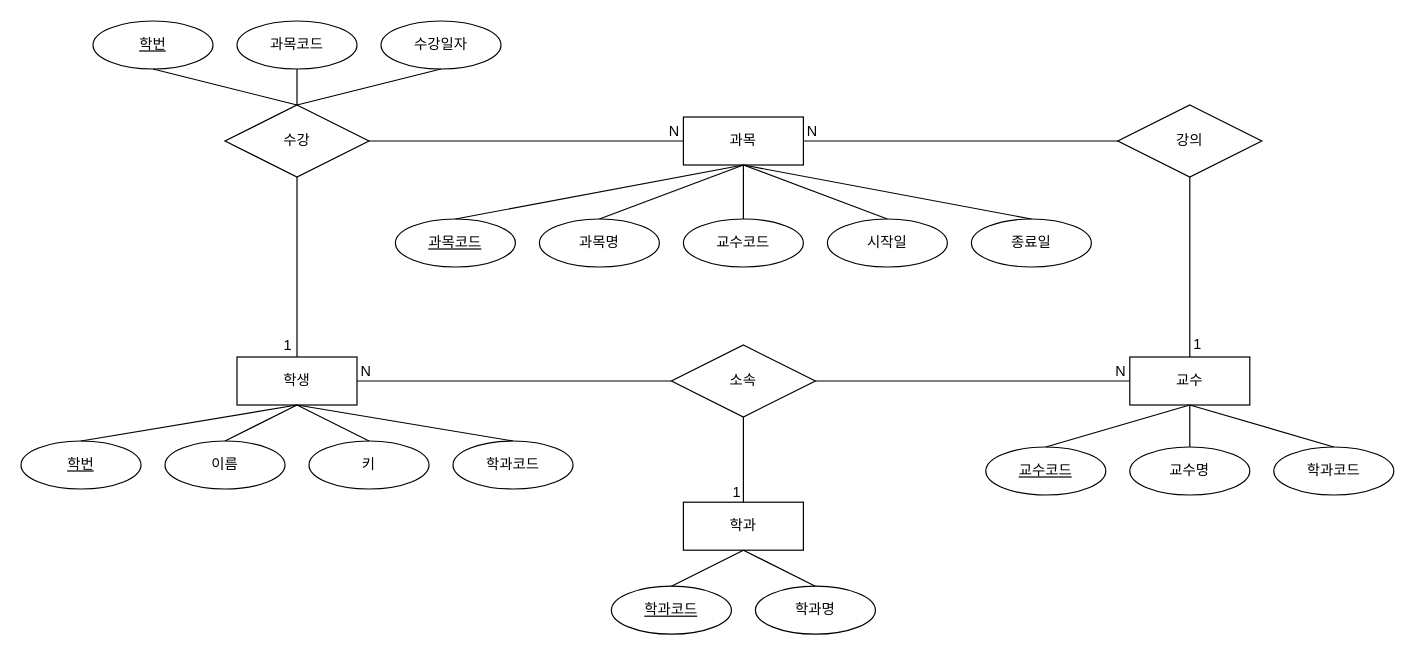
The draw.io diagram page "Page-3" (3 of 4) of erd/hanbit.drawio in juyongs-github/database, before the edit. Source tidied: cells renumbered, new cells numbered last; positions are measured from the earlier drawing's top-left corner, leaving out a move shared by most shapes. Both pictures are drawn from the tidied source at 120%, with x=0, y=0 at pixel (20, 20).
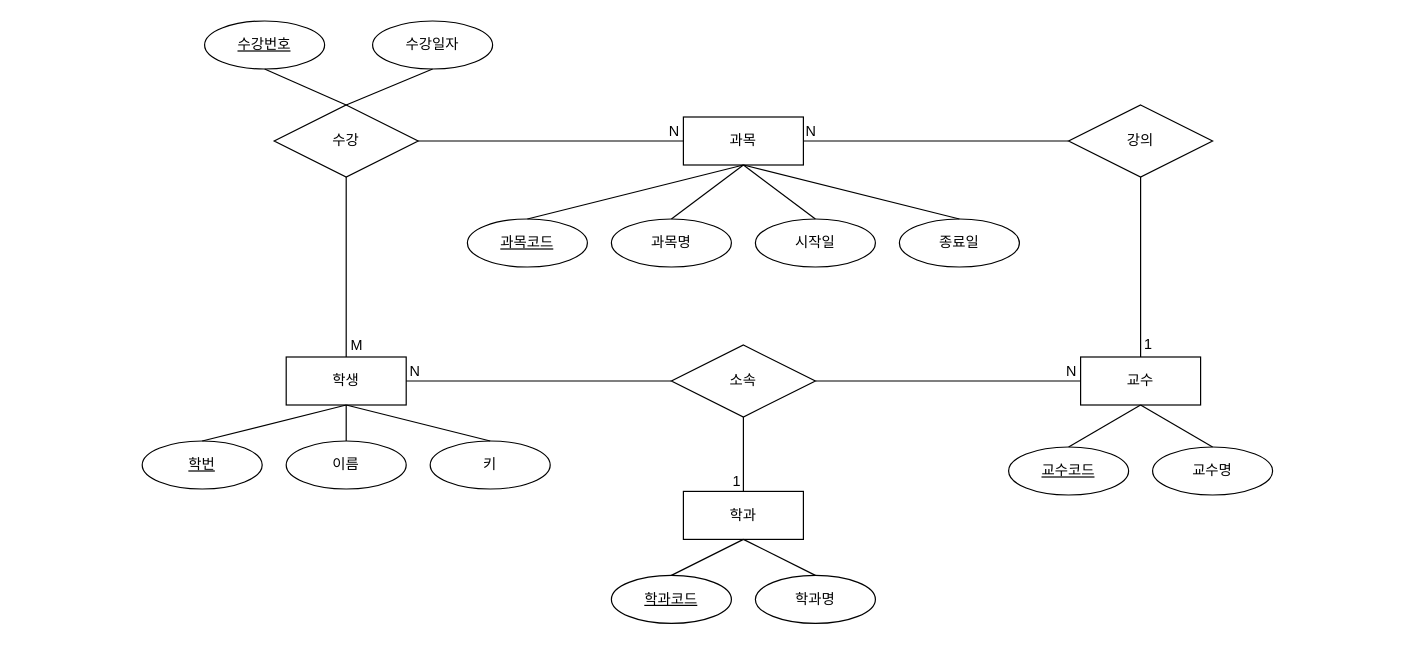
The same diagram, later.

Unchanged cells that the change refers to:
```xml
<mxCell id="5" value="과목" style="whiteSpace=wrap;html=1;align=center;" parent="1" vertex="1">
  <mxGeometry x="552" y="80" width="100" height="40" as="geometry" />
</mxCell>
<mxCell id="42" style="endArrow=none;html=1;rounded=0;entryX=0;entryY=0.5;entryDx=0;entryDy=0;exitX=1;exitY=0.5;exitDx=0;exitDy=0;" parent="1" edge="1" source="2" target="54">
  <mxGeometry relative="1" as="geometry" />
</mxCell>
<mxCell id="44" style="endArrow=none;html=1;rounded=0;entryX=1;entryY=0.5;entryDx=0;entryDy=0;exitX=0;exitY=0.5;exitDx=0;exitDy=0;" parent="1" edge="1" source="4" target="54">
  <mxGeometry relative="1" as="geometry" />
</mxCell>
<mxCell id="48" style="endArrow=none;html=1;rounded=0;entryX=0;entryY=0.5;entryDx=0;entryDy=0;exitX=1;exitY=0.5;exitDx=0;exitDy=0;" parent="1" edge="1" source="5" target="35">
  <mxGeometry relative="1" as="geometry" />
</mxCell>
<mxCell id="50" style="endArrow=none;html=1;rounded=0;entryX=0;entryY=0.5;entryDx=0;entryDy=0;exitX=1;exitY=0.5;exitDx=0;exitDy=0;" parent="1" edge="1" source="6" target="5">
  <mxGeometry relative="1" as="geometry" />
</mxCell>
```

The edit, as a diff of the source:
```diff
@@
     <mxCell id="2" value="학생" style="whiteSpace=wrap;html=1;align=center;" parent="1" vertex="1">
-      <mxGeometry x="180" y="280" width="100" height="40" as="geometry" />
+      <mxGeometry x="221" y="280" width="100" height="40" as="geometry" />
     </mxCell>
     <mxCell id="3" value="학과" style="whiteSpace=wrap;html=1;align=center;" parent="1" vertex="1">
-      <mxGeometry x="552" y="401" width="100" height="40" as="geometry" />
+      <mxGeometry x="552" y="392" width="100" height="40" as="geometry" />
     </mxCell>
     <mxCell id="4" value="교수" style="whiteSpace=wrap;html=1;align=center;" parent="1" vertex="1">
-      <mxGeometry x="924" y="280" width="100" height="40" as="geometry" />
+      <mxGeometry x="883" y="280" width="100" height="40" as="geometry" />
     </mxCell>
@@
     <mxCell id="6" value="수강" style="shape=rhombus;perimeter=rhombusPerimeter;whiteSpace=wrap;html=1;align=center;" parent="1" vertex="1">
-      <mxGeometry x="170" y="70" width="120" height="60" as="geometry" />
+      <mxGeometry x="211" y="70" width="120" height="60" as="geometry" />
     </mxCell>
     <mxCell id="7" value="이름" style="ellipse;whiteSpace=wrap;html=1;align=center;" parent="1" vertex="1">
-      <mxGeometry x="120" y="350" width="100" height="40" as="geometry" />
+      <mxGeometry x="221" y="350" width="100" height="40" as="geometry" />
     </mxCell>
     <mxCell id="8" value="학번" style="ellipse;whiteSpace=wrap;html=1;align=center;fontStyle=4;" parent="1" vertex="1">
-      <mxGeometry y="350" width="100" height="40" as="geometry" />
+      <mxGeometry x="101" y="350" width="100" height="40" as="geometry" />
     </mxCell>
     <mxCell id="9" value="키" style="ellipse;whiteSpace=wrap;html=1;align=center;" parent="1" vertex="1">
-      <mxGeometry x="240" y="350" width="100" height="40" as="geometry" />
+      <mxGeometry x="341" y="350" width="100" height="40" as="geometry" />
     </mxCell>
-    <mxCell id="10" value="학과코드" style="ellipse;whiteSpace=wrap;html=1;align=center;" parent="1" vertex="1">
-      <mxGeometry x="360" y="350" width="100" height="40" as="geometry" />
-    </mxCell>
@@
-    <mxCell id="14" style="endArrow=none;html=1;rounded=0;entryX=0.5;entryY=1;entryDx=0;entryDy=0;exitX=0.5;exitY=0;exitDx=0;exitDy=0;" parent="1" edge="1" source="10" target="2">
-      <mxGeometry relative="1" as="geometry" />
-    </mxCell>
     <mxCell id="15" value="학과명" style="ellipse;whiteSpace=wrap;html=1;align=center;" parent="1" vertex="1">
-      <mxGeometry x="612" y="471" width="100" height="40" as="geometry" />
+      <mxGeometry x="612" y="462" width="100" height="40" as="geometry" />
     </mxCell>
     <mxCell id="16" value="학과코드" style="ellipse;whiteSpace=wrap;html=1;align=center;fontStyle=4;" parent="1" vertex="1">
-      <mxGeometry x="492" y="471" width="100" height="40" as="geometry" />
+      <mxGeometry x="492" y="462" width="100" height="40" as="geometry" />
     </mxCell>
@@
     <mxCell id="19" value="교수명" style="ellipse;whiteSpace=wrap;html=1;align=center;" parent="1" vertex="1">
-      <mxGeometry x="924" y="355" width="100" height="40" as="geometry" />
+      <mxGeometry x="943" y="355" width="100" height="40" as="geometry" />
     </mxCell>
     <mxCell id="20" value="교수코드" style="ellipse;whiteSpace=wrap;html=1;align=center;fontStyle=4;" parent="1" vertex="1">
-      <mxGeometry x="804" y="355" width="100" height="40" as="geometry" />
+      <mxGeometry x="823" y="355" width="100" height="40" as="geometry" />
     </mxCell>
-    <mxCell id="21" value="학과코드" style="ellipse;whiteSpace=wrap;html=1;align=center;" parent="1" vertex="1">
-      <mxGeometry x="1044" y="355" width="100" height="40" as="geometry" />
-    </mxCell>
@@
-    <mxCell id="24" style="endArrow=none;html=1;rounded=0;entryX=0.5;entryY=1;entryDx=0;entryDy=0;exitX=0.5;exitY=0;exitDx=0;exitDy=0;" parent="1" edge="1" source="21" target="4">
-      <mxGeometry relative="1" as="geometry" />
-    </mxCell>
     <mxCell id="25" value="과목명" style="ellipse;whiteSpace=wrap;html=1;align=center;" parent="1" vertex="1">
-      <mxGeometry x="432" y="165" width="100" height="40" as="geometry" />
+      <mxGeometry x="492" y="165" width="100" height="40" as="geometry" />
     </mxCell>
     <mxCell id="26" value="과목코드" style="ellipse;whiteSpace=wrap;html=1;align=center;fontStyle=4;" parent="1" vertex="1">
-      <mxGeometry x="312" y="165" width="100" height="40" as="geometry" />
+      <mxGeometry x="372" y="165" width="100" height="40" as="geometry" />
     </mxCell>
-    <mxCell id="27" value="교수코드" style="ellipse;whiteSpace=wrap;html=1;align=center;" parent="1" vertex="1">
-      <mxGeometry x="552" y="165" width="100" height="40" as="geometry" />
-    </mxCell>
     <mxCell id="28" value="시작일" style="ellipse;whiteSpace=wrap;html=1;align=center;" parent="1" vertex="1">
-      <mxGeometry x="672" y="165" width="100" height="40" as="geometry" />
+      <mxGeometry x="612" y="165" width="100" height="40" as="geometry" />
     </mxCell>
     <mxCell id="29" value="종료일" style="ellipse;whiteSpace=wrap;html=1;align=center;" parent="1" vertex="1">
-      <mxGeometry x="792" y="165" width="100" height="40" as="geometry" />
+      <mxGeometry x="732" y="165" width="100" height="40" as="geometry" />
     </mxCell>
@@
-    <mxCell id="32" style="endArrow=none;html=1;rounded=0;entryX=0.5;entryY=1;entryDx=0;entryDy=0;exitX=0.5;exitY=0;exitDx=0;exitDy=0;" parent="1" edge="1" source="27" target="5">
-      <mxGeometry relative="1" as="geometry" />
-    </mxCell>
@@
     <mxCell id="35" value="강의" style="shape=rhombus;perimeter=rhombusPerimeter;whiteSpace=wrap;html=1;align=center;" parent="1" vertex="1">
-      <mxGeometry x="914" y="70" width="120" height="60" as="geometry" />
+      <mxGeometry x="873" y="70" width="120" height="60" as="geometry" />
     </mxCell>
-    <mxCell id="36" value="학번" style="ellipse;whiteSpace=wrap;html=1;align=center;fontStyle=4;" parent="1" vertex="1">
-      <mxGeometry x="60" width="100" height="40" as="geometry" />
+    <mxCell id="36" value="수강번호" style="ellipse;whiteSpace=wrap;html=1;align=center;fontStyle=4;" parent="1" vertex="1">
+      <mxGeometry x="153" width="100" height="40" as="geometry" />
     </mxCell>
-    <mxCell id="37" value="과목코드" style="ellipse;whiteSpace=wrap;html=1;align=center;" parent="1" vertex="1">
-      <mxGeometry x="180" width="100" height="40" as="geometry" />
-    </mxCell>
     <mxCell id="38" value="수강일자" style="ellipse;whiteSpace=wrap;html=1;align=center;" parent="1" vertex="1">
-      <mxGeometry x="300" width="100" height="40" as="geometry" />
+      <mxGeometry x="293" width="100" height="40" as="geometry" />
     </mxCell>
@@
-    <mxCell id="40" style="endArrow=none;html=1;rounded=0;entryX=0.5;entryY=0;entryDx=0;entryDy=0;exitX=0.5;exitY=1;exitDx=0;exitDy=0;" parent="1" edge="1" source="37" target="6">
-      <mxGeometry relative="1" as="geometry" />
-    </mxCell>
@@
     <mxCell id="43" value="N" style="html=1;whiteSpace=wrap;align=right;verticalAlign=bottom;" parent="42" vertex="1">
       <mxGeometry x="1" relative="1" as="geometry">
-        <mxPoint x="-249" as="offset" />
+        <mxPoint x="-208" as="offset" />
       </mxGeometry>
     </mxCell>
@@
     <mxCell id="45" value="N" style="html=1;whiteSpace=wrap;align=right;verticalAlign=bottom;" parent="44" vertex="1">
       <mxGeometry x="1" relative="1" as="geometry">
-        <mxPoint x="260" as="offset" />
+        <mxPoint x="219" as="offset" />
       </mxGeometry>
     </mxCell>
@@
     <mxCell id="49" value="N" style="html=1;whiteSpace=wrap;align=right;verticalAlign=bottom;" parent="48" vertex="1">
       <mxGeometry x="1" relative="1" as="geometry">
-        <mxPoint x="-249" as="offset" />
+        <mxPoint x="-209" as="offset" />
       </mxGeometry>
     </mxCell>
@@
-    <mxCell id="52" value="1" style="html=1;whiteSpace=wrap;align=right;verticalAlign=bottom;" parent="50" vertex="1">
+    <mxCell id="52" value="M" style="html=1;whiteSpace=wrap;align=right;verticalAlign=bottom;" parent="50" vertex="1">
       <mxGeometry x="1" relative="1" as="geometry">
-        <mxPoint x="-325" y="179" as="offset" />
+        <mxPoint x="-266" y="179" as="offset" />
       </mxGeometry>
     </mxCell>
```
